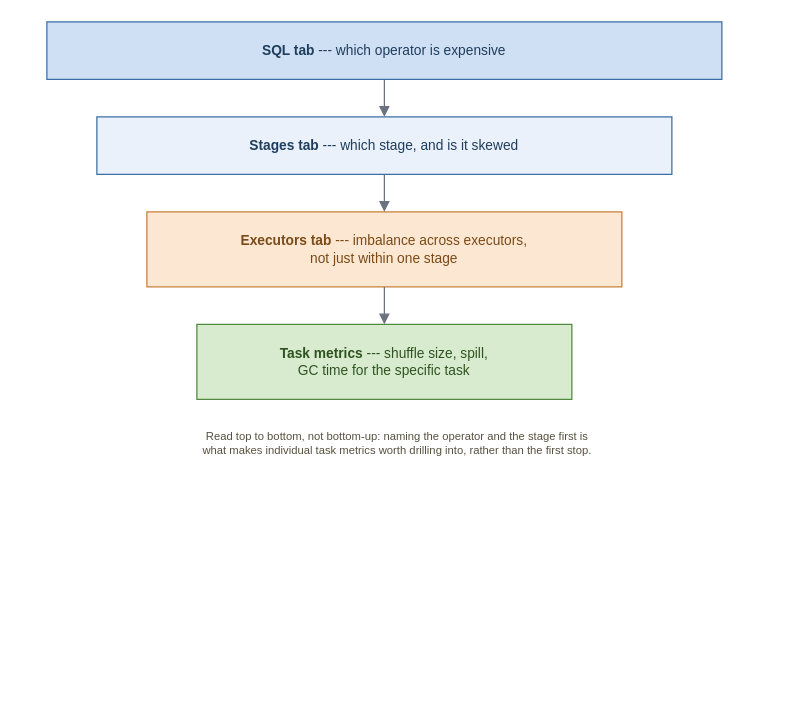
Before: book/figures/ui-diagnostic-funnel.drawio in AlanPhan04/spark-101-to-pro, a draw.io diagram. Source tidied: cells renumbered, new cells numbered last; positions are measured from the earlier drawing's top-left corner, leaving out a move shared by most shapes. Both pictures are drawn from the tidied source at 125%, with x=0, y=0 at pixel (21, 21).
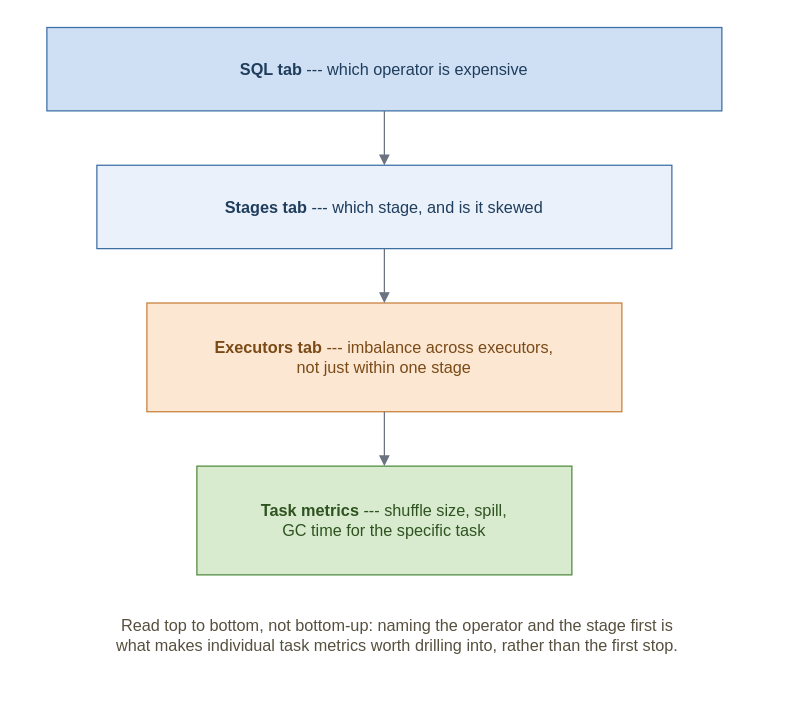
Above is the later version.

The edit, as a diff of the source:
```diff
@@
 <mxGraphModel>
   <root>
     <mxCell id="0" />
     <mxCell id="1" parent="0" />
-    <mxCell id="2" value="&lt;b&gt;SQL tab&lt;/b&gt; --- which operator is expensive" style="rounded=0;whiteSpace=wrap;html=1;fillColor=#cfe0f4;strokeColor=#3b6ea5;fontSize=11;fontColor=#1f3d5c;" parent="1" vertex="1">
-      <mxGeometry x="20" width="540" height="46" as="geometry" />
+    <mxCell id="2" value="&lt;b&gt;SQL tab&lt;/b&gt; --- which operator is expensive" style="rounded=0;whiteSpace=wrap;html=1;fillColor=#cfe0f4;strokeColor=#3b6ea5;fontSize=13;fontColor=#1f3d5c;" parent="1" vertex="1">
+      <mxGeometry x="20" y="4.5" width="540" height="66.7" as="geometry" />
     </mxCell>
-    <mxCell id="3" value="&lt;b&gt;Stages tab&lt;/b&gt; --- which stage, and is it skewed" style="rounded=0;whiteSpace=wrap;html=1;fillColor=#eaf1fb;strokeColor=#3b6ea5;fontSize=11;fontColor=#1f3d5c;" parent="1" vertex="1">
-      <mxGeometry x="60" y="76" width="460" height="46" as="geometry" />
+    <mxCell id="3" value="&lt;b&gt;Stages tab&lt;/b&gt; --- which stage, and is it skewed" style="rounded=0;whiteSpace=wrap;html=1;fillColor=#eaf1fb;strokeColor=#3b6ea5;fontSize=13;fontColor=#1f3d5c;" parent="1" vertex="1">
+      <mxGeometry x="60" y="114.7" width="460" height="66.7" as="geometry" />
     </mxCell>
-    <mxCell id="4" value="&lt;b&gt;Executors tab&lt;/b&gt; --- imbalance across executors,&lt;br&gt;not just within one stage" style="rounded=0;whiteSpace=wrap;html=1;fillColor=#fce7d2;strokeColor=#c77f3b;fontSize=11;fontColor=#7a4a17;" parent="1" vertex="1">
-      <mxGeometry x="100" y="152" width="380" height="60" as="geometry" />
+    <mxCell id="4" value="&lt;b&gt;Executors tab&lt;/b&gt; --- imbalance across executors,&lt;br&gt;not just within one stage" style="rounded=0;whiteSpace=wrap;html=1;fillColor=#fce7d2;strokeColor=#c77f3b;fontSize=13;fontColor=#7a4a17;" parent="1" vertex="1">
+      <mxGeometry x="100" y="224.9" width="380" height="87" as="geometry" />
     </mxCell>
-    <mxCell id="5" value="&lt;b&gt;Task metrics&lt;/b&gt; --- shuffle size, spill,&lt;br&gt;GC time for the specific task" style="rounded=0;whiteSpace=wrap;html=1;fillColor=#d8ebcf;strokeColor=#4f8a3d;fontSize=11;fontColor=#2f5320;" parent="1" vertex="1">
-      <mxGeometry x="140" y="242" width="300" height="60" as="geometry" />
+    <mxCell id="5" value="&lt;b&gt;Task metrics&lt;/b&gt; --- shuffle size, spill,&lt;br&gt;GC time for the specific task" style="rounded=0;whiteSpace=wrap;html=1;fillColor=#d8ebcf;strokeColor=#4f8a3d;fontSize=13;fontColor=#2f5320;" parent="1" vertex="1">
+      <mxGeometry x="140" y="355.4" width="300" height="87" as="geometry" />
     </mxCell>
-    <mxCell id="6" value="Read top to bottom, not bottom-up: naming the operator and the stage first is&lt;br&gt;what makes individual task metrics worth drilling into, rather than the first stop." style="text;html=1;align=center;fontSize=9;fontColor=#57503f;" parent="1" vertex="1">
-      <mxGeometry y="320" width="600" height="50" as="geometry" />
+    <mxCell id="6" value="Read top to bottom, not bottom-up: naming the operator and the stage first is&lt;br&gt;what makes individual task metrics worth drilling into, rather than the first stop." style="text;html=1;align=center;fontSize=13;fontColor=#57503f;" parent="1" vertex="1">
+      <mxGeometry y="468.5" width="600" height="72.5" as="geometry" />
     </mxCell>
     <mxCell id="7" style="edges=1;html=1;endArrow=block;strokeColor=#6b7280;exitX=0.5;exitY=1;entryX=0.5;entryY=0;" parent="1" edge="1" source="2" target="3">
       <mxGeometry relative="1" as="geometry" />
     </mxCell>
     <mxCell id="8" style="edges=1;html=1;endArrow=block;strokeColor=#6b7280;exitX=0.5;exitY=1;entryX=0.5;entryY=0;" parent="1" edge="1" source="3" target="4">
       <mxGeometry relative="1" as="geometry" />
     </mxCell>
     <mxCell id="9" style="edges=1;html=1;endArrow=block;strokeColor=#6b7280;exitX=0.5;exitY=1;entryX=0.5;entryY=0;" parent="1" edge="1" source="4" target="5">
       <mxGeometry relative="1" as="geometry" />
     </mxCell>
   </root>
 </mxGraphModel>
```
